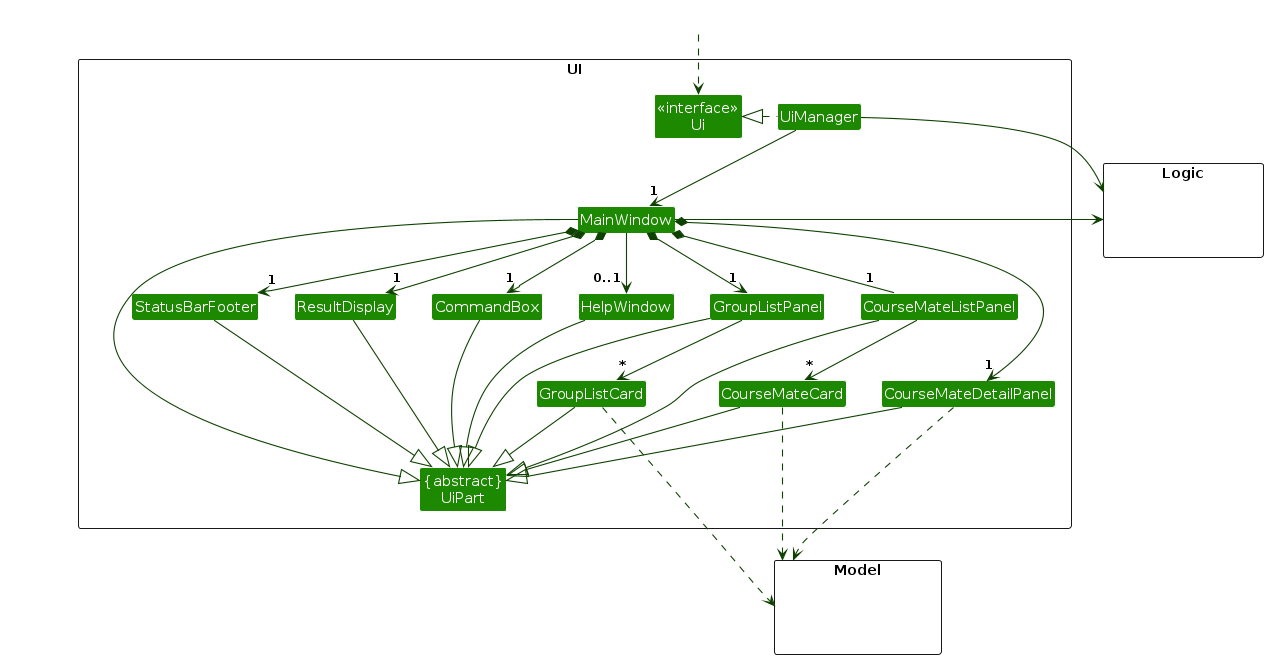
Before: diagrams/UiClassDiagram.png, a diagram exported from PlantUML (benson1029/tp). Its source is kept beside it as diagrams/UiClassDiagram.puml.
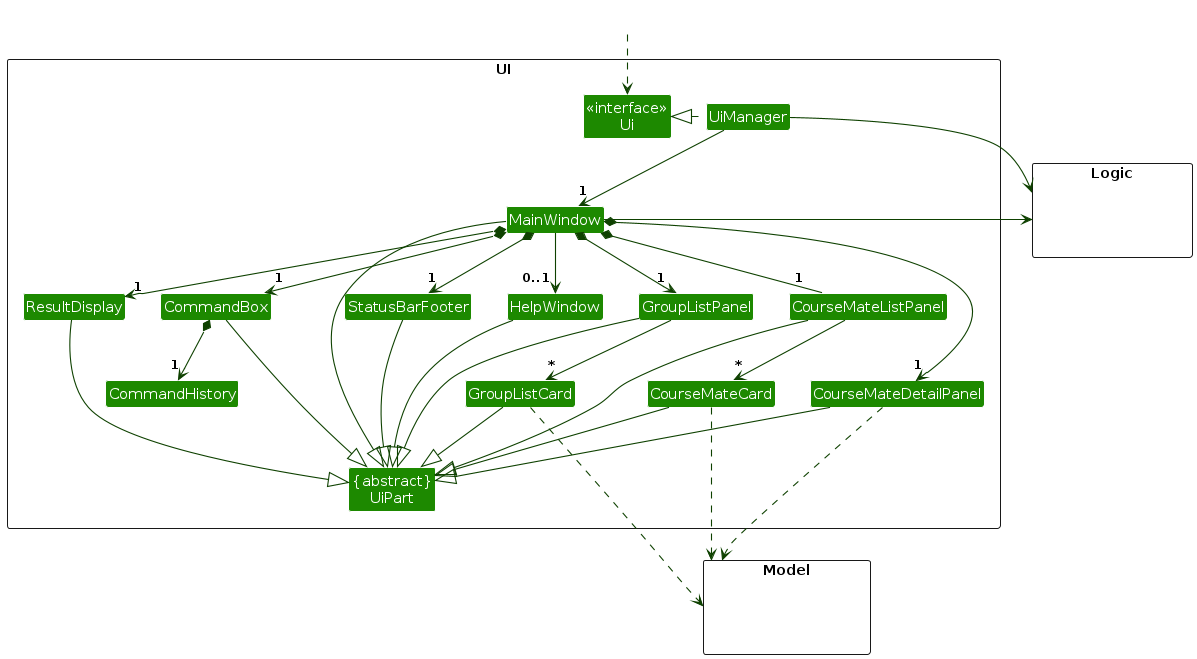
The same diagram one commit later.

The edit, as a diff of the source:
```diff
@@ -18,6 +18,7 @@
 Class GroupListCard
 Class StatusBarFooter
 Class CommandBox
+Class CommandHistory
 }
 
 package Model <<Rectangle>> {
@@ -63,6 +64,8 @@
 UiManager -right-> Logic
 MainWindow -left-> Logic
 
+CommandBox *-down-> "1" CommandHistory
+
 CourseMateListPanel -[hidden]left- HelpWindow
 GroupListPanel -[hidden]left- HelpWindow
 HelpWindow -[hidden]left- CommandBox
```
